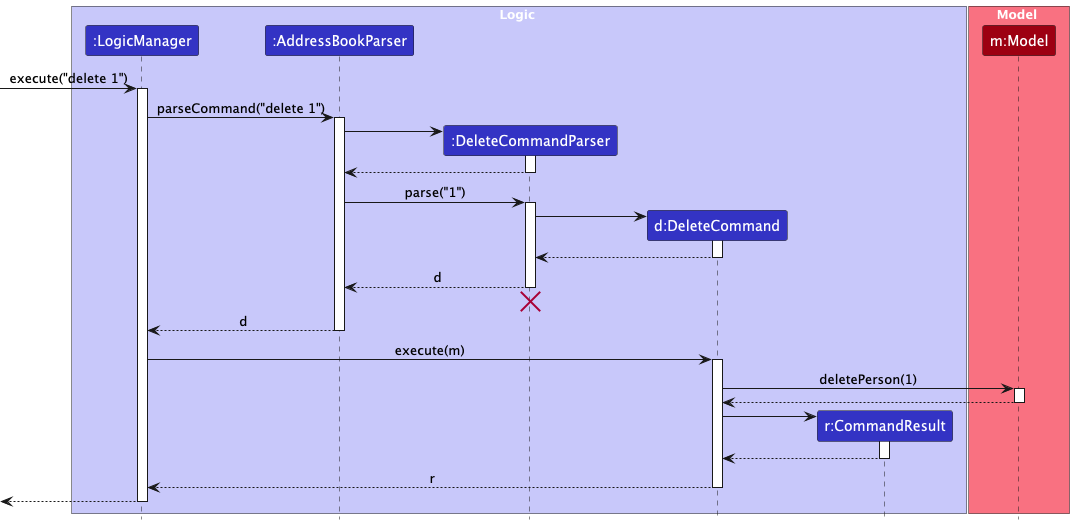
Above: docs/images/DeleteSequenceDiagram.png in nus-cs2103-AY2425S1/tp (PlantUML), before the change.
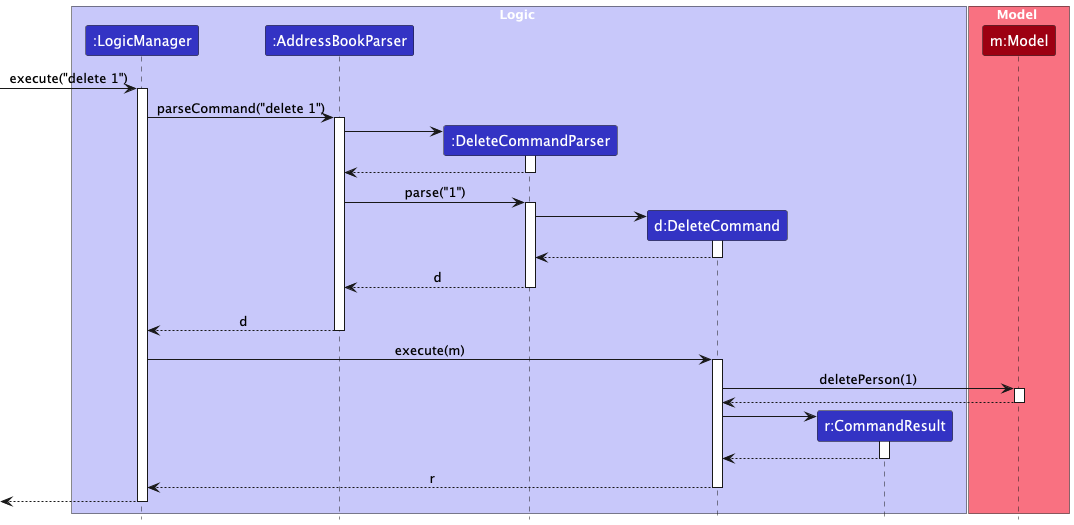
After the change.

Diff of the diagram source:
```diff
@@ -40,7 +40,6 @@
 DeleteCommandParser --> AddressBookParser : d
 deactivate DeleteCommandParser
 DeleteCommandParser -[hidden]-> AddressBookParser
-destroy DeleteCommandParser
 
 AddressBookParser --> LogicManager : d
 deactivate AddressBookParser
```
